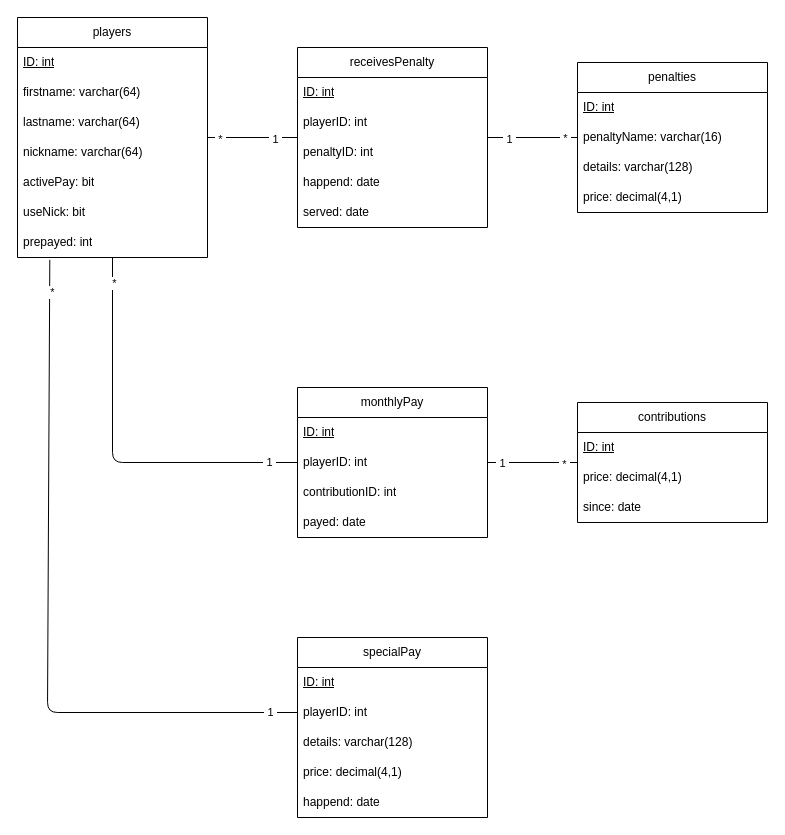
The draw.io diagram database/database.drawio in YoEnte/MannschaftDB, before the edit. Source tidied: cells renumbered, new cells numbered last; positions are measured from the earlier drawing's top-left corner, leaving out a move shared by most shapes. Both pictures are drawn from the tidied source at 100%, with x=0, y=0 at pixel (17, 17).
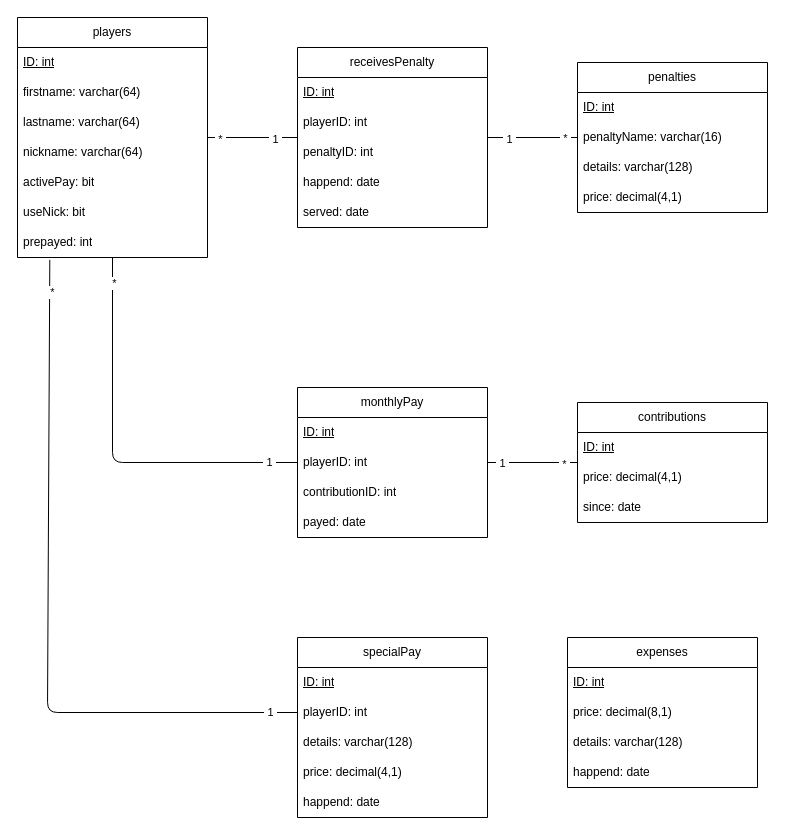
The same page after the edit.

What changed in the source:
```diff
@@
+    <mxCell id="51" value="expenses" style="swimlane;fontStyle=0;horizontal=1;startSize=30;whiteSpace=wrap;html=1;" parent="1" vertex="1">
+      <mxGeometry x="550" y="620" width="190" height="150" as="geometry" />
+    </mxCell>
+    <mxCell id="52" value="&lt;u&gt;ID: int&lt;/u&gt;" style="text;strokeColor=none;fillColor=none;align=left;verticalAlign=middle;spacingLeft=4;spacingRight=4;overflow=hidden;whiteSpace=wrap;html=1;" parent="51" vertex="1">
+      <mxGeometry y="30" width="190" height="30" as="geometry" />
+    </mxCell>
+    <mxCell id="53" value="price: decimal(8,1)" style="text;strokeColor=none;fillColor=none;align=left;verticalAlign=middle;spacingLeft=4;spacingRight=4;overflow=hidden;whiteSpace=wrap;html=1;" parent="51" vertex="1">
+      <mxGeometry y="60" width="190" height="30" as="geometry" />
+    </mxCell>
+    <mxCell id="54" value="details: varchar(128)" style="text;strokeColor=none;fillColor=none;align=left;verticalAlign=middle;spacingLeft=4;spacingRight=4;overflow=hidden;whiteSpace=wrap;html=1;" parent="51" vertex="1">
+      <mxGeometry y="90" width="190" height="30" as="geometry" />
+    </mxCell>
+    <mxCell id="55" value="happend: date" style="text;strokeColor=none;fillColor=none;align=left;verticalAlign=middle;spacingLeft=4;spacingRight=4;overflow=hidden;whiteSpace=wrap;html=1;" parent="51" vertex="1">
+      <mxGeometry y="120" width="190" height="30" as="geometry" />
+    </mxCell>
```
